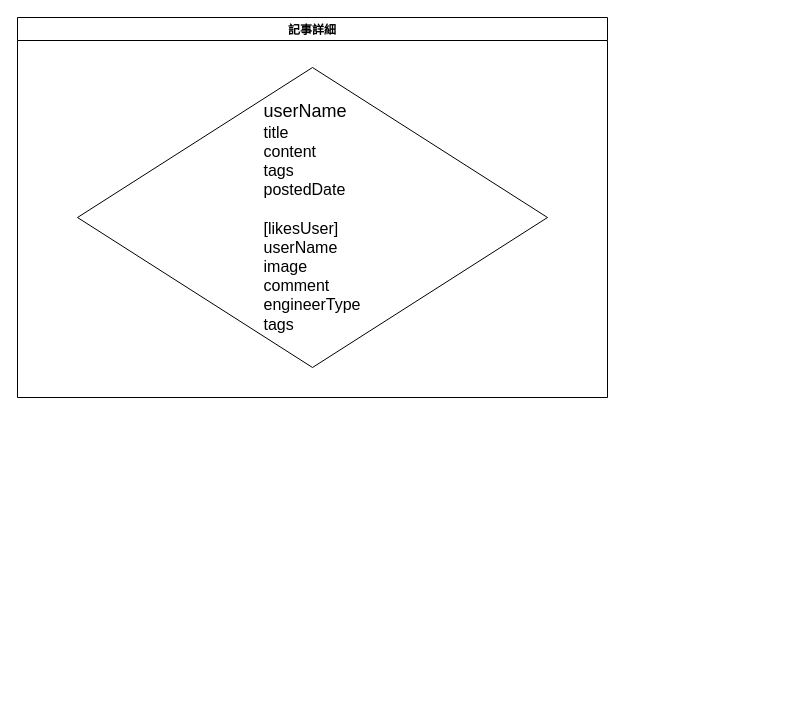
yusuke-rakus/Qiish keeps this draw.io diagram as page "記事画面" (3 of 8) of Designs/要件定義.drawio. Above is the earlier version. Source tidied: cells renumbered, new cells numbered last; positions are measured from the earlier drawing's top-left corner, leaving out a move shared by most shapes. Both pictures are drawn from the tidied source at 100%, with x=0, y=0 at pixel (17, 17).
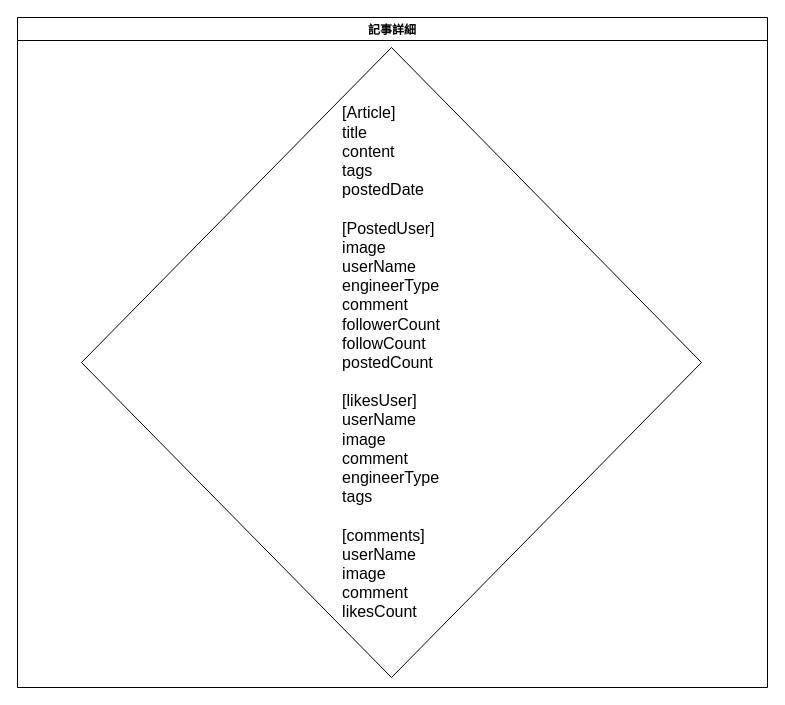
The same diagram, later.

Diff of the diagram source:
```diff
@@
 <mxGraphModel>
   <root>
     <mxCell id="0" />
     <mxCell id="1" parent="0" />
     <mxCell id="2" value="記事詳細" style="swimlane;" parent="1" vertex="1">
-      <mxGeometry width="590" height="380" as="geometry" />
+      <mxGeometry width="750" height="670" as="geometry" />
     </mxCell>
-    <mxCell id="3" value="&lt;div style=&quot;text-align: justify&quot;&gt;&lt;font style=&quot;font-size: 18px&quot;&gt;&lt;span&gt;userName&lt;/span&gt;&lt;br&gt;&lt;/font&gt;&lt;/div&gt;&lt;div style=&quot;text-align: justify&quot;&gt;&lt;font size=&quot;3&quot;&gt;title&lt;/font&gt;&lt;/div&gt;&lt;div style=&quot;text-align: justify&quot;&gt;&lt;font size=&quot;3&quot;&gt;content&lt;/font&gt;&lt;/div&gt;&lt;div style=&quot;text-align: justify&quot;&gt;&lt;font size=&quot;3&quot;&gt;tags&lt;/font&gt;&lt;/div&gt;&lt;div style=&quot;text-align: justify&quot;&gt;&lt;font size=&quot;3&quot;&gt;postedDate&lt;/font&gt;&lt;/div&gt;&lt;div style=&quot;text-align: justify&quot;&gt;&lt;font size=&quot;3&quot;&gt;&lt;br&gt;&lt;/font&gt;&lt;/div&gt;&lt;div style=&quot;text-align: justify&quot;&gt;&lt;font size=&quot;3&quot;&gt;[likesUser]&lt;/font&gt;&lt;/div&gt;&lt;div style=&quot;text-align: justify&quot;&gt;&lt;font size=&quot;3&quot;&gt;userName&lt;/font&gt;&lt;/div&gt;&lt;div style=&quot;text-align: justify&quot;&gt;&lt;font size=&quot;3&quot;&gt;image&lt;/font&gt;&lt;/div&gt;&lt;div style=&quot;text-align: justify&quot;&gt;&lt;font size=&quot;3&quot;&gt;comment&lt;/font&gt;&lt;/div&gt;&lt;div style=&quot;text-align: justify&quot;&gt;&lt;font size=&quot;3&quot;&gt;engineerType&lt;/font&gt;&lt;/div&gt;&lt;div style=&quot;text-align: justify&quot;&gt;&lt;font size=&quot;3&quot;&gt;tags&lt;/font&gt;&lt;/div&gt;" style="rhombus;whiteSpace=wrap;html=1;" parent="2" vertex="1">
-      <mxGeometry x="60" y="50" width="470" height="300" as="geometry" />
+    <mxCell id="3" value="&lt;div style=&quot;text-align: justify&quot;&gt;&lt;font style=&quot;font-size: 16px&quot;&gt;&lt;span&gt;[Article]&lt;/span&gt;&lt;br&gt;&lt;/font&gt;&lt;/div&gt;&lt;div style=&quot;text-align: justify&quot;&gt;&lt;font size=&quot;3&quot;&gt;title&lt;br&gt;&lt;/font&gt;&lt;/div&gt;&lt;div style=&quot;text-align: justify&quot;&gt;&lt;font size=&quot;3&quot;&gt;content&lt;/font&gt;&lt;/div&gt;&lt;div style=&quot;text-align: justify&quot;&gt;&lt;font size=&quot;3&quot;&gt;tags&lt;/font&gt;&lt;/div&gt;&lt;div style=&quot;text-align: justify&quot;&gt;&lt;font size=&quot;3&quot;&gt;postedDate&lt;/font&gt;&lt;/div&gt;&lt;div style=&quot;text-align: justify&quot;&gt;&lt;font size=&quot;3&quot;&gt;&lt;br&gt;&lt;/font&gt;&lt;/div&gt;&lt;div style=&quot;text-align: justify&quot;&gt;&lt;font size=&quot;3&quot;&gt;&lt;span&gt;[PostedUser]&lt;/span&gt;&lt;br&gt;&lt;/font&gt;&lt;/div&gt;&lt;div style=&quot;text-align: justify&quot;&gt;&lt;font size=&quot;3&quot;&gt;image&lt;/font&gt;&lt;/div&gt;&lt;div style=&quot;text-align: justify&quot;&gt;&lt;font size=&quot;3&quot;&gt;userName&lt;/font&gt;&lt;/div&gt;&lt;div style=&quot;text-align: justify&quot;&gt;&lt;font size=&quot;3&quot;&gt;engineerType&lt;/font&gt;&lt;/div&gt;&lt;div style=&quot;text-align: justify&quot;&gt;&lt;font size=&quot;3&quot;&gt;comment&lt;/font&gt;&lt;/div&gt;&lt;div style=&quot;text-align: justify&quot;&gt;&lt;font size=&quot;3&quot;&gt;followerCount&lt;/font&gt;&lt;/div&gt;&lt;div style=&quot;text-align: justify&quot;&gt;&lt;font size=&quot;3&quot;&gt;followCount&lt;/font&gt;&lt;/div&gt;&lt;div style=&quot;text-align: justify&quot;&gt;&lt;font size=&quot;3&quot;&gt;postedCount&lt;/font&gt;&lt;/div&gt;&lt;div style=&quot;text-align: justify&quot;&gt;&lt;font size=&quot;3&quot;&gt;&lt;br&gt;&lt;/font&gt;&lt;/div&gt;&lt;div style=&quot;text-align: justify&quot;&gt;&lt;font size=&quot;3&quot;&gt;[likesUser]&lt;/font&gt;&lt;/div&gt;&lt;div style=&quot;text-align: justify&quot;&gt;&lt;font size=&quot;3&quot;&gt;userName&lt;/font&gt;&lt;/div&gt;&lt;div style=&quot;text-align: justify&quot;&gt;&lt;font size=&quot;3&quot;&gt;image&lt;/font&gt;&lt;/div&gt;&lt;div style=&quot;text-align: justify&quot;&gt;&lt;font size=&quot;3&quot;&gt;comment&lt;/font&gt;&lt;/div&gt;&lt;div style=&quot;text-align: justify&quot;&gt;&lt;font size=&quot;3&quot;&gt;engineerType&lt;/font&gt;&lt;/div&gt;&lt;div style=&quot;text-align: justify&quot;&gt;&lt;font size=&quot;3&quot;&gt;tags&lt;/font&gt;&lt;/div&gt;&lt;div style=&quot;text-align: justify&quot;&gt;&lt;font size=&quot;3&quot;&gt;&lt;br&gt;&lt;/font&gt;&lt;/div&gt;&lt;div style=&quot;text-align: justify&quot;&gt;&lt;font size=&quot;3&quot;&gt;[comments]&lt;/font&gt;&lt;/div&gt;&lt;div style=&quot;text-align: justify&quot;&gt;&lt;font size=&quot;3&quot;&gt;userName&lt;/font&gt;&lt;/div&gt;&lt;div style=&quot;text-align: justify&quot;&gt;&lt;font size=&quot;3&quot;&gt;image&lt;/font&gt;&lt;/div&gt;&lt;div style=&quot;text-align: justify&quot;&gt;&lt;font size=&quot;3&quot;&gt;comment&lt;/font&gt;&lt;/div&gt;&lt;div style=&quot;text-align: justify&quot;&gt;&lt;font size=&quot;3&quot;&gt;likesCount&lt;/font&gt;&lt;/div&gt;" style="rhombus;whiteSpace=wrap;html=1;" parent="2" vertex="1">
+      <mxGeometry x="64" y="30" width="620" height="630" as="geometry" />
     </mxCell>
   </root>
 </mxGraphModel>
```
